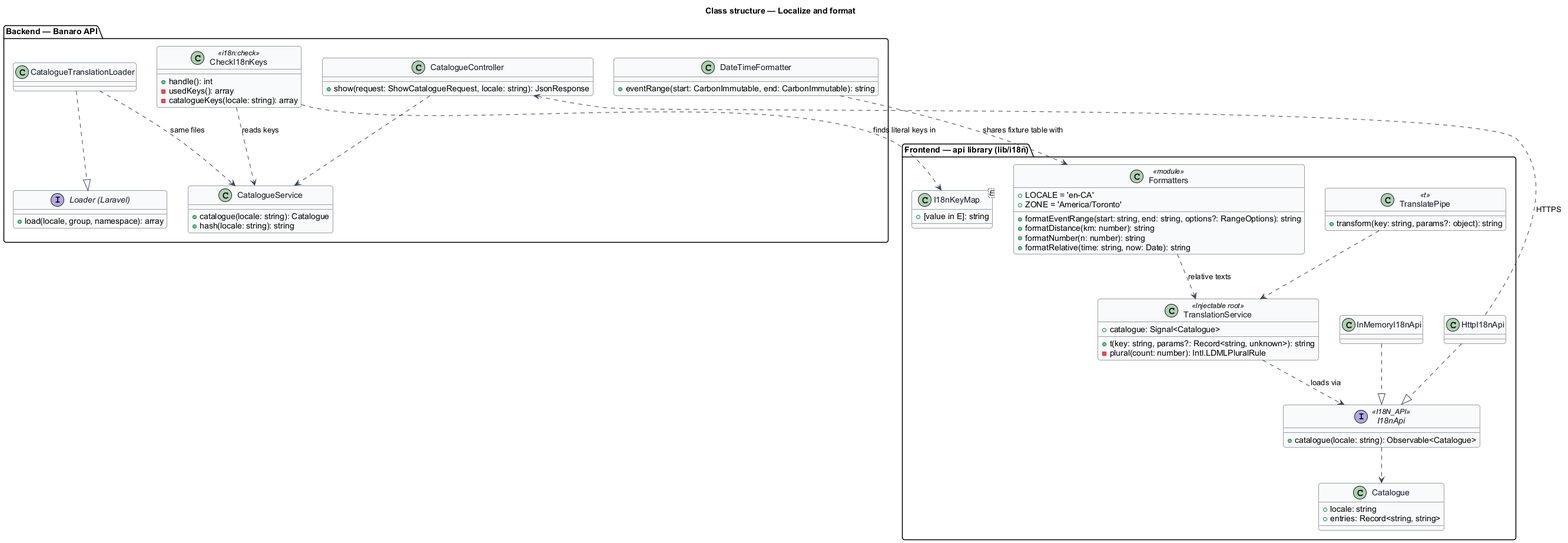
Above: docs/detailed-designs/user-experience/localize-and-format/diagrams/class-structure.png in QuinntyneBrown/banaro (PlantUML), before the change.
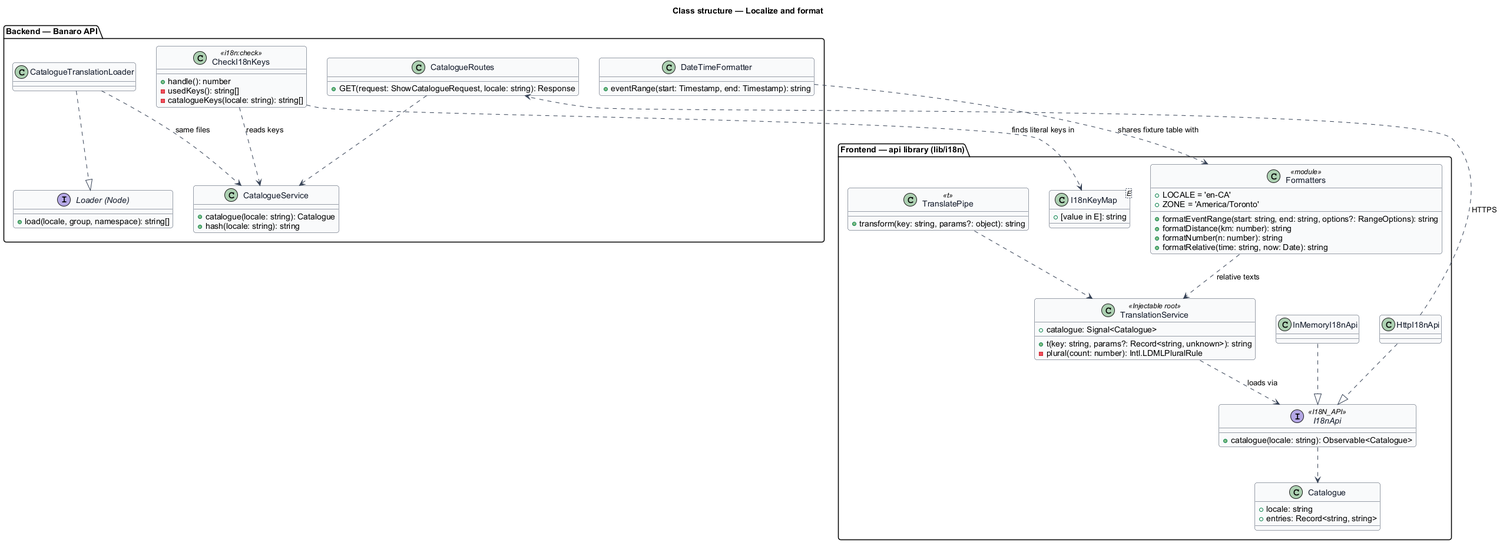
The same diagram one commit later.

Diff of the diagram source:
```diff
@@ -43,24 +43,24 @@
 }
 
 package "Backend — Banaro API" {
-  class CatalogueController {
-    +show(request: ShowCatalogueRequest, locale: string): JsonResponse
+  class CatalogueRoutes {
+    +GET(request: ShowCatalogueRequest, locale: string): Response
   }
   class CatalogueService {
     +catalogue(locale: string): Catalogue
     +hash(locale: string): string
   }
-  interface "Loader (Laravel)" as Loader {
-    +load(locale, group, namespace): array
+  interface "Loader (Node)" as Loader {
+    +load(locale, group, namespace): string[]
   }
   class CatalogueTranslationLoader
   class DateTimeFormatter {
-    +eventRange(start: CarbonImmutable, end: CarbonImmutable): string
+    +eventRange(start: Timestamp, end: Timestamp): string
   }
   class CheckI18nKeys <<i18n:check>> {
-    +handle(): int
-    -usedKeys(): array
-    -catalogueKeys(locale: string): array
+    +handle(): number
+    -usedKeys(): string[]
+    -catalogueKeys(locale: string): string[]
   }
 }
 
@@ -70,8 +70,8 @@
 TranslationService ..> I18nApi : loads via
 TranslatePipe ..> TranslationService
 Formatters ..> TranslationService : relative texts
-HttpI18nApi ..> CatalogueController : HTTPS
-CatalogueController ..> CatalogueService
+HttpI18nApi ..> CatalogueRoutes : HTTPS
+CatalogueRoutes ..> CatalogueService
 CatalogueTranslationLoader ..|> Loader
 CatalogueTranslationLoader ..> CatalogueService : same files
 CheckI18nKeys ..> CatalogueService : reads keys
```
